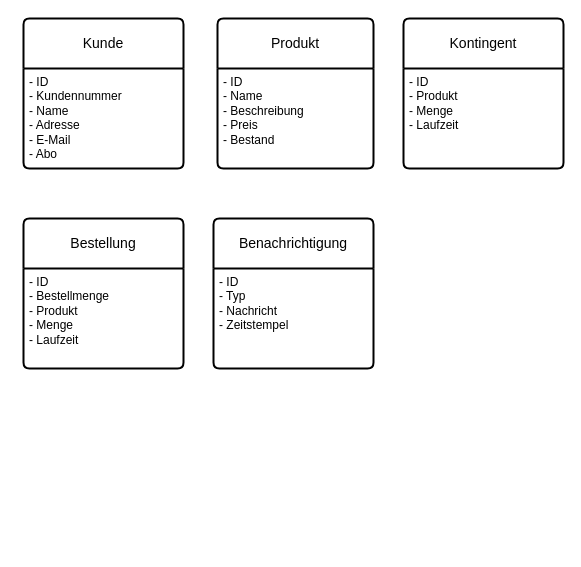
Above: UML_Klassendiagramm.drawio in frit2x/PaF_WS25_Fritz (draw.io), before the change. Source tidied: cells renumbered, new cells numbered last; positions are measured from the earlier drawing's top-left corner, leaving out a move shared by most shapes. Both pictures are drawn from the tidied source at 100%, with x=0, y=0 at pixel (23, 18).
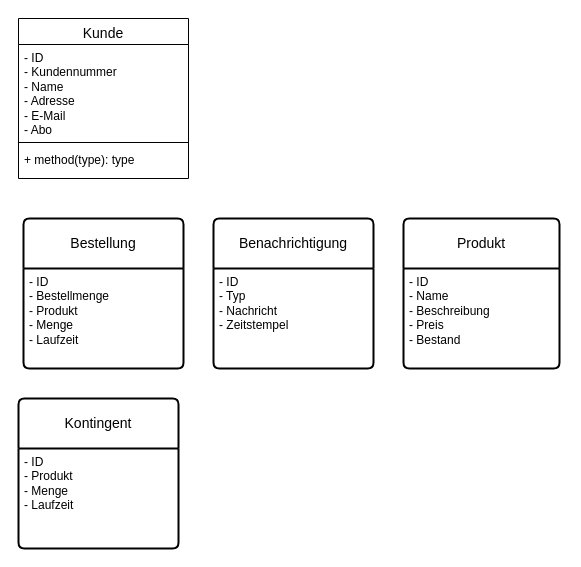
The same diagram, later.

Diff of the diagram source:
```diff
@@
 <mxGraphModel>
   <root>
     <mxCell id="0" />
     <mxCell id="1" parent="0" />
-    <mxCell id="2" value="Kunde" style="swimlane;horizontal=1;startSize=50;rounded=1;fontSize=14;fontStyle=0;strokeWidth=2;shadow=0;dashed=0;align=center;arcSize=4;whiteSpace=wrap;html=1;" parent="1" vertex="1">
-      <mxGeometry width="160" height="150" as="geometry" />
-    </mxCell>
-    <mxCell id="3" value="- ID&lt;div&gt;- Kundennummer&lt;/div&gt;&lt;div&gt;- Name&lt;/div&gt;&lt;div&gt;- Adresse&lt;/div&gt;&lt;div&gt;- E-Mail&lt;/div&gt;&lt;div&gt;- Abo&lt;/div&gt;&lt;div&gt;&lt;br&gt;&lt;/div&gt;" style="align=left;strokeColor=none;fillColor=none;spacingLeft=4;spacingRight=4;fontSize=12;verticalAlign=top;html=1;whiteSpace=wrap;" parent="2" vertex="1">
-      <mxGeometry y="50" width="160" height="100" as="geometry" />
-    </mxCell>
     <mxCell id="4" value="Produkt" style="swimlane;horizontal=1;startSize=50;rounded=1;fontSize=14;fontStyle=0;strokeWidth=2;shadow=0;dashed=0;align=center;arcSize=4;whiteSpace=wrap;html=1;" parent="1" vertex="1">
-      <mxGeometry x="194" width="156" height="150" as="geometry" />
+      <mxGeometry x="380" y="200" width="156" height="150" as="geometry" />
     </mxCell>
     <mxCell id="5" value="- ID&lt;div&gt;- Name&lt;/div&gt;&lt;div&gt;- Beschreibung&lt;/div&gt;&lt;div&gt;- Preis&lt;/div&gt;&lt;div&gt;- Bestand&lt;/div&gt;" style="align=left;strokeColor=none;fillColor=none;spacingLeft=4;spacingRight=4;fontSize=12;verticalAlign=top;html=1;whiteSpace=wrap;" parent="4" vertex="1">
       <mxGeometry y="50" width="156" height="100" as="geometry" />
     </mxCell>
     <mxCell id="6" value="Kontingent" style="swimlane;horizontal=1;startSize=50;rounded=1;fontSize=14;fontStyle=0;strokeWidth=2;shadow=0;dashed=0;align=center;arcSize=4;whiteSpace=wrap;html=1;" parent="1" vertex="1">
-      <mxGeometry x="380" width="160" height="150" as="geometry" />
+      <mxGeometry x="-5" y="380" width="160" height="150" as="geometry" />
     </mxCell>
     <mxCell id="7" value="- ID&lt;div&gt;- Produkt&lt;/div&gt;&lt;div&gt;- Menge&lt;/div&gt;&lt;div&gt;- Laufzeit&lt;/div&gt;" style="align=left;strokeColor=none;fillColor=none;spacingLeft=4;spacingRight=4;fontSize=12;verticalAlign=top;html=1;whiteSpace=wrap;" parent="6" vertex="1">
       <mxGeometry y="50" width="160" height="100" as="geometry" />
     </mxCell>
     <mxCell id="8" value="Bestellung" style="swimlane;horizontal=1;startSize=50;rounded=1;fontSize=14;fontStyle=0;strokeWidth=2;shadow=0;dashed=0;align=center;arcSize=4;whiteSpace=wrap;html=1;" parent="1" vertex="1">
       <mxGeometry y="200" width="160" height="150" as="geometry" />
     </mxCell>
     <mxCell id="9" value="- ID&lt;div&gt;- Bestellmenge&lt;div&gt;- Produkt&lt;/div&gt;&lt;div&gt;- Menge&lt;/div&gt;&lt;div&gt;- Laufzeit&lt;/div&gt;&lt;/div&gt;" style="align=left;strokeColor=none;fillColor=none;spacingLeft=4;spacingRight=4;fontSize=12;verticalAlign=top;html=1;whiteSpace=wrap;" parent="8" vertex="1">
       <mxGeometry y="50" width="160" height="100" as="geometry" />
     </mxCell>
     <mxCell id="10" value="Benachrichtigung" style="swimlane;horizontal=1;startSize=50;rounded=1;fontSize=14;fontStyle=0;strokeWidth=2;shadow=0;dashed=0;align=center;arcSize=4;whiteSpace=wrap;html=1;" parent="1" vertex="1">
       <mxGeometry x="190" y="200" width="160" height="150" as="geometry" />
     </mxCell>
     <mxCell id="11" value="- ID&lt;div&gt;- Typ&lt;div&gt;- Nachricht&lt;/div&gt;&lt;/div&gt;&lt;div&gt;- Zeitstempel&lt;/div&gt;" style="align=left;strokeColor=none;fillColor=none;spacingLeft=4;spacingRight=4;fontSize=12;verticalAlign=top;html=1;whiteSpace=wrap;" parent="10" vertex="1">
       <mxGeometry y="50" width="160" height="100" as="geometry" />
     </mxCell>
+    <mxCell id="2" value="&lt;span style=&quot;font-size: 14px; font-weight: 400;&quot;&gt;Kunde&lt;/span&gt;" style="swimlane;fontStyle=1;align=center;verticalAlign=top;horizontal=1;startSize=26;whiteSpace=wrap;html=1;" parent="1" vertex="1">
+      <mxGeometry x="-5" width="170" height="160" as="geometry" />
+    </mxCell>
+    <mxCell id="3" value="- ID&lt;div&gt;- Kundennummer&lt;/div&gt;&lt;div&gt;- Name&lt;/div&gt;&lt;div&gt;- Adresse&lt;/div&gt;&lt;div&gt;- E-Mail&lt;/div&gt;&lt;div&gt;- Abo&lt;/div&gt;&lt;div&gt;&lt;br&gt;&lt;/div&gt;" style="text;strokeColor=none;fillColor=none;align=left;verticalAlign=top;spacingLeft=4;spacingRight=4;overflow=hidden;whiteSpace=wrap;html=1;" parent="2" vertex="1">
+      <mxGeometry y="26" width="170" height="94" as="geometry" />
+    </mxCell>
+    <mxCell id="12" style="line;strokeWidth=1;fillColor=none;align=left;verticalAlign=middle;spacingTop=-1;spacingLeft=3;spacingRight=3;labelPosition=right;strokeColor=inherit;" parent="2" vertex="1">
+      <mxGeometry y="120" width="170" height="8" as="geometry" />
+    </mxCell>
+    <mxCell id="13" value="+ method(type): type" style="text;strokeColor=none;fillColor=none;align=left;verticalAlign=top;spacingLeft=4;spacingRight=4;overflow=hidden;whiteSpace=wrap;html=1;" parent="2" vertex="1">
+      <mxGeometry y="128" width="170" height="32" as="geometry" />
+    </mxCell>
   </root>
 </mxGraphModel>
```
